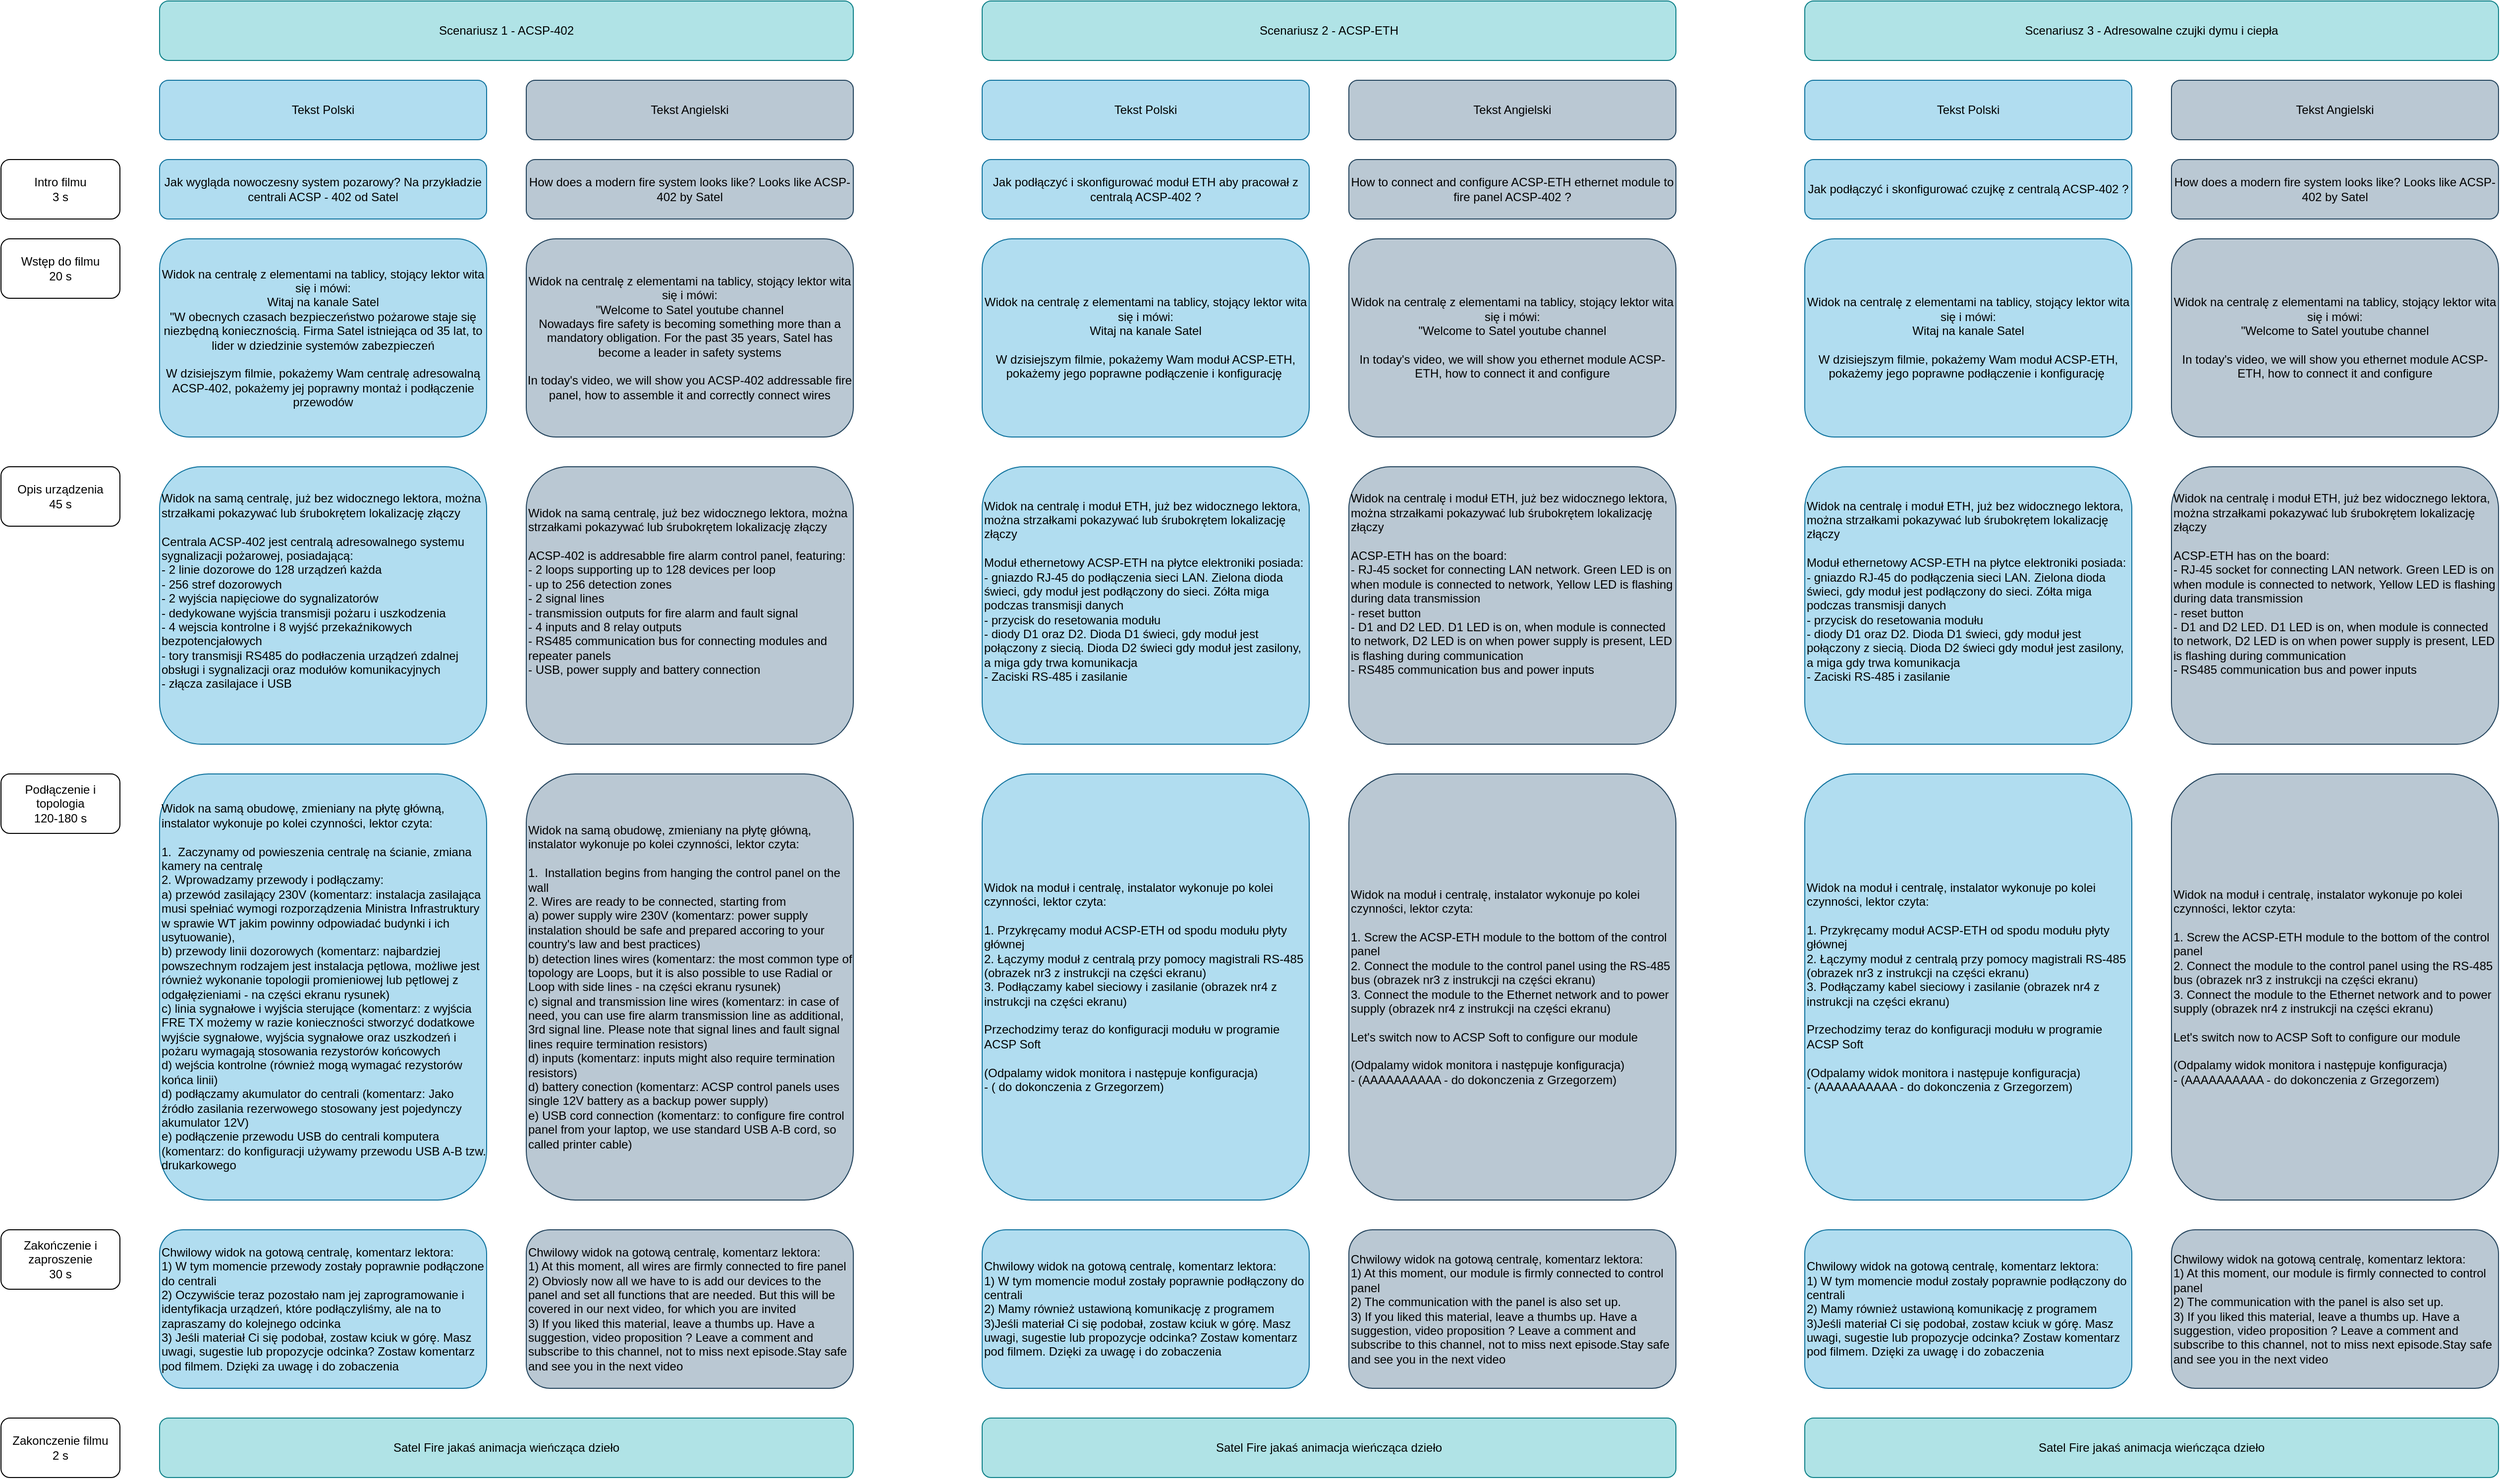
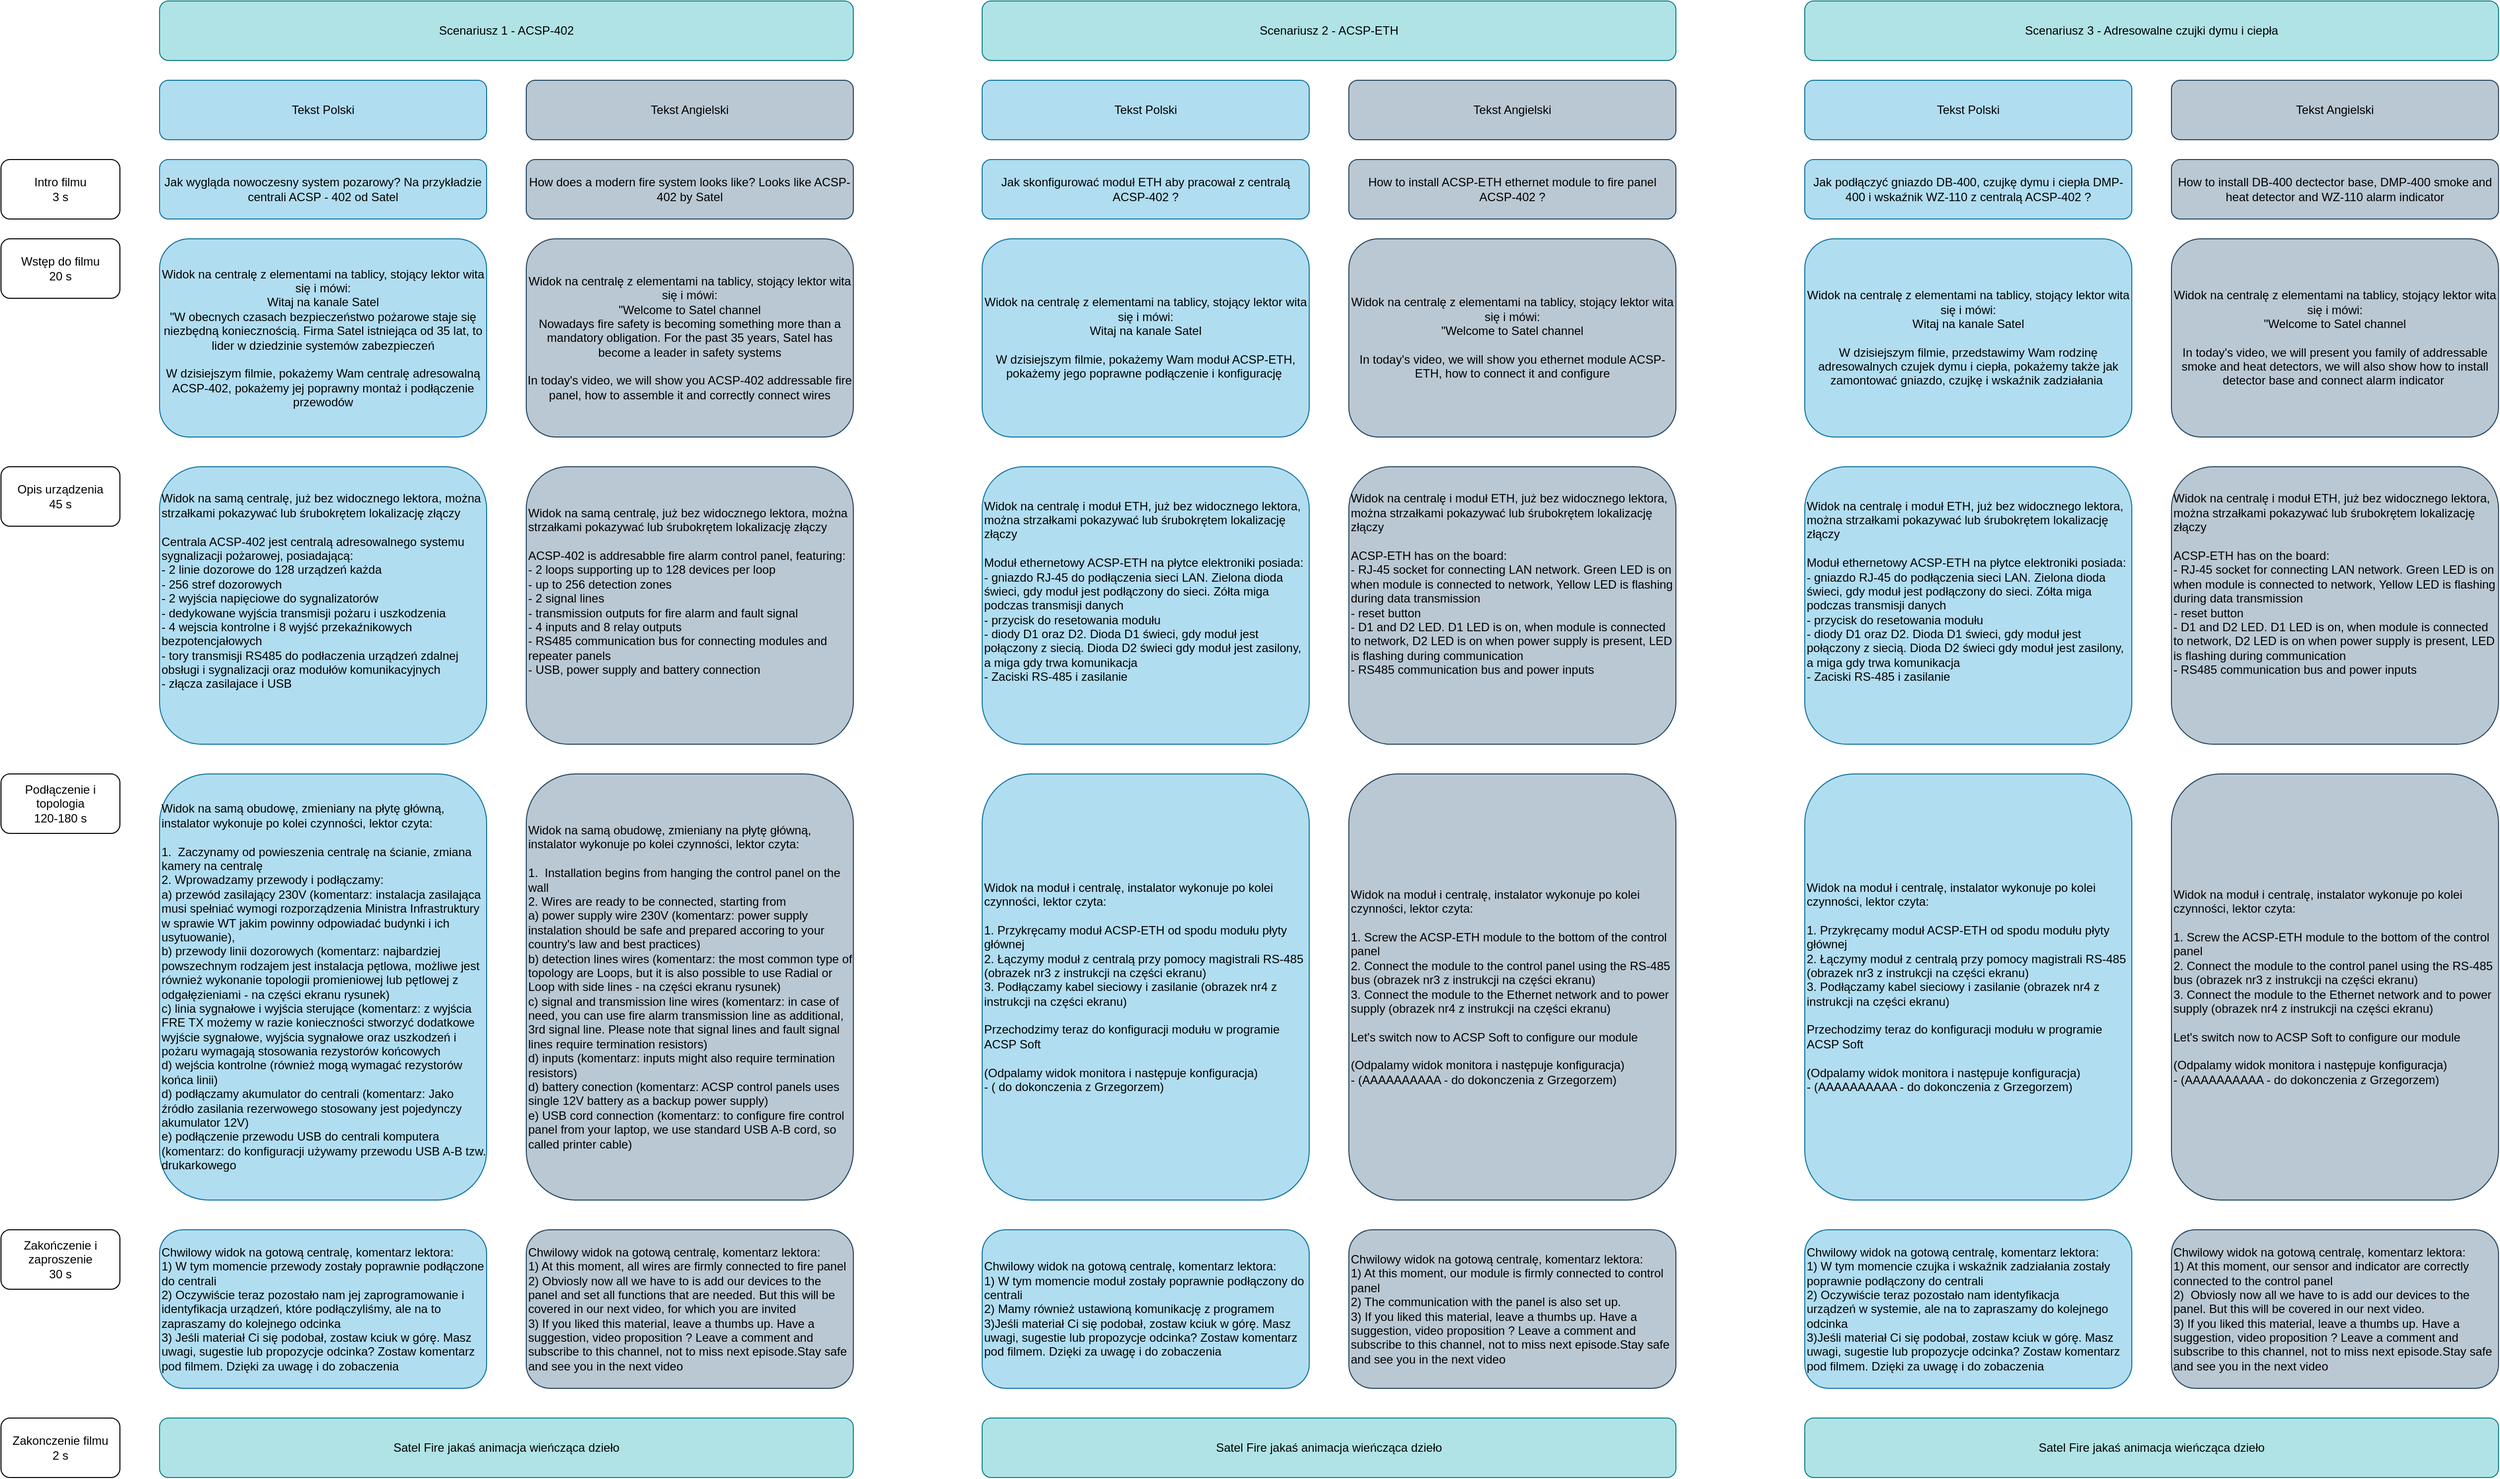
<mxfile host="app.diagrams.net">
  <diagram name="Strona-1" id="z8KAe0LmT8Zc7_pRFNcT">
    <mxGraphModel dx="837" dy="2053" grid="1" gridSize="10" guides="1" tooltips="1" connect="1" arrows="1" fold="1" page="1" pageScale="1" pageWidth="827" pageHeight="1169" math="0" shadow="0">
      <root>
        <mxCell id="0" />
        <mxCell id="1" parent="0" />
        <mxCell id="0EHHFv7u1sgkDXgEne3z-1" parent="1" style="rounded=1;whiteSpace=wrap;html=1;align=left;fillColor=#b1ddf0;strokeColor=#10739e;" value="&lt;div align=&quot;left&quot;&gt;Widok na samą obudowę, zmieniany na płytę główną, instalator wykonuje po kolei czynności, lektor czyta:&lt;/div&gt;&lt;div align=&quot;left&quot;&gt;&lt;br&gt;&lt;/div&gt;&lt;div align=&quot;left&quot;&gt;1.&amp;nbsp; Zaczynamy od powieszenia centralę na ścianie, zmiana kamery na centralę&lt;/div&gt;&lt;div align=&quot;left&quot;&gt;2. Wprowadzamy przewody i podłączamy:&amp;nbsp;&lt;/div&gt;&lt;div align=&quot;left&quot;&gt;a) przewód zasilający 230V (komentarz: instalacja zasilająca musi spełniać wymogi rozporządzenia Ministra Infrastruktury w sprawie WT jakim powinny odpowiadać budynki i ich usytuowanie),&amp;nbsp;&lt;/div&gt;&lt;div align=&quot;left&quot;&gt;b) przewody linii dozorowych (komentarz: najbardziej powszechnym rodzajem jest instalacja pętlowa, możliwe jest również wykonanie topologii promieniowej lub pętlowej z odgałęzieniami - na części ekranu rysunek)&lt;/div&gt;&lt;div align=&quot;left&quot;&gt;c) linia sygnałowe i wyjścia sterujące (komentarz: z wyjścia FRE TX możemy w razie konieczności stworzyć dodatkowe wyjście sygnałowe, wyjścia sygnałowe oraz uszkodzeń i pożaru wymagają stosowania rezystorów końcowych&lt;/div&gt;&lt;div align=&quot;left&quot;&gt;d) wejścia kontrolne (również mogą wymagać rezystorów końca linii)&lt;/div&gt;&lt;div align=&quot;left&quot;&gt;d) podłączamy akumulator do centrali (komentarz:&amp;nbsp;Jako źródło zasilania rezerwowego stosowany jest pojedynczy akumulator 12V)&lt;/div&gt;&lt;div align=&quot;left&quot;&gt;e) podłączenie przewodu USB do centrali komputera (komentarz: do konfiguracji używamy przewodu USB A-B tzw. drukarkowego&lt;/div&gt;" vertex="1">
          <mxGeometry height="430" width="330" x="1080" y="660" as="geometry" />
        </mxCell>
        <mxCell id="0EHHFv7u1sgkDXgEne3z-2" parent="1" style="rounded=1;whiteSpace=wrap;html=1;fillColor=#b1ddf0;strokeColor=#10739e;" value="&lt;div&gt;Jak wygląda nowoczesny system pozarowy? Na przykładzie centrali ACSP - 402 od Satel&lt;/div&gt;" vertex="1">
          <mxGeometry height="60" width="330" x="1080" y="40" as="geometry" />
        </mxCell>
        <mxCell id="0EHHFv7u1sgkDXgEne3z-3" parent="1" style="rounded=1;whiteSpace=wrap;html=1;" value="&lt;div&gt;Wstęp do filmu&lt;/div&gt;&lt;div&gt;20 s&lt;/div&gt;" vertex="1">
          <mxGeometry height="60" width="120" x="920" y="120" as="geometry" />
        </mxCell>
        <mxCell id="0EHHFv7u1sgkDXgEne3z-4" parent="1" style="rounded=1;whiteSpace=wrap;html=1;fillColor=#b1ddf0;strokeColor=#10739e;" value="&lt;div&gt;Widok na centralę z elementami na tablicy, stojący lektor wita się i mówi:&lt;/div&gt;&lt;div&gt;Witaj na kanale Satel&lt;/div&gt;&lt;div&gt;&quot;W obecnych czasach bezpieczeństwo pożarowe staje się niezbędną koniecznością. Firma Satel istniejąca od 35 lat, to lider w dziedzinie systemów zabezpieczeń&lt;/div&gt;&lt;div&gt;&lt;br&gt;&lt;/div&gt;&lt;div&gt;W dzisiejszym filmie, pokażemy Wam centralę adresowalną ACSP-402, pokażemy jej poprawny montaż i podłączenie przewodów&lt;/div&gt;" vertex="1">
          <mxGeometry height="200" width="330" x="1080" y="120" as="geometry" />
        </mxCell>
        <mxCell id="0EHHFv7u1sgkDXgEne3z-5" parent="1" style="rounded=1;whiteSpace=wrap;html=1;" value="&lt;div&gt;Opis urządzenia&lt;/div&gt;&lt;div&gt;45 s&lt;/div&gt;" vertex="1">
          <mxGeometry height="60" width="120" x="920" y="350" as="geometry" />
        </mxCell>
        <mxCell id="0EHHFv7u1sgkDXgEne3z-6" parent="1" style="rounded=1;whiteSpace=wrap;html=1;align=left;fillColor=#b1ddf0;strokeColor=#10739e;" value="&lt;div align=&quot;left&quot;&gt;Widok na samą centralę, już bez widocznego lektora, można strzałkami pokazywać lub śrubokrętem lokalizację złączy&lt;/div&gt;&lt;div align=&quot;left&quot;&gt;&lt;br&gt;&lt;/div&gt;&lt;div align=&quot;left&quot;&gt;Centrala ACSP-402 jest centralą adresowalnego systemu sygnalizacji pożarowej, posiadającą:&lt;/div&gt;&lt;div align=&quot;left&quot;&gt;- 2 linie dozorowe do 128 urządzeń każda&lt;/div&gt;&lt;div align=&quot;left&quot;&gt;- 256 stref dozorowych&lt;/div&gt;&lt;div align=&quot;left&quot;&gt;- 2 wyjścia napięciowe do sygnalizatorów&lt;/div&gt;&lt;div align=&quot;left&quot;&gt;- dedykowane wyjścia transmisji pożaru i uszkodzenia&lt;/div&gt;&lt;div align=&quot;left&quot;&gt;- 4 wejscia kontrolne i 8 wyjść przekaźnikowych bezpotencjałowych&lt;/div&gt;&lt;div align=&quot;left&quot;&gt;- tory transmisji RS485 do podłaczenia urządzeń zdalnej obsługi i sygnalizacji oraz modułów komunikacyjnych&amp;nbsp;&lt;/div&gt;&lt;div align=&quot;left&quot;&gt;- złącza zasilajace i USB&lt;/div&gt;&lt;div align=&quot;left&quot;&gt;&lt;br&gt;&lt;/div&gt;&lt;div align=&quot;left&quot;&gt;&lt;br&gt;&lt;/div&gt;" vertex="1">
          <mxGeometry height="280" width="330" x="1080" y="350" as="geometry" />
        </mxCell>
        <mxCell id="0EHHFv7u1sgkDXgEne3z-7" parent="1" style="rounded=1;whiteSpace=wrap;html=1;" value="&lt;div&gt;Podłączenie i topologia&lt;/div&gt;&lt;div&gt;120-180 s&lt;/div&gt;" vertex="1">
          <mxGeometry height="60" width="120" x="920" y="660" as="geometry" />
        </mxCell>
        <mxCell id="0EHHFv7u1sgkDXgEne3z-8" parent="1" style="rounded=1;whiteSpace=wrap;html=1;" value="&lt;div&gt;Intro filmu&lt;/div&gt;&lt;div&gt;3 s&lt;/div&gt;" vertex="1">
          <mxGeometry height="60" width="120" x="920" y="40" as="geometry" />
        </mxCell>
        <mxCell id="0EHHFv7u1sgkDXgEne3z-9" parent="1" style="rounded=1;whiteSpace=wrap;html=1;fillColor=#b1ddf0;strokeColor=#10739e;" value="Tekst Polski" vertex="1">
          <mxGeometry height="60" width="330" x="1080" y="-40" as="geometry" />
        </mxCell>
        <mxCell id="0EHHFv7u1sgkDXgEne3z-10" parent="1" style="rounded=1;whiteSpace=wrap;html=1;fillColor=#bac8d3;strokeColor=#23445d;" value="Tekst Angielski" vertex="1">
          <mxGeometry height="60" width="330" x="1450" y="-40" as="geometry" />
        </mxCell>
        <mxCell id="0EHHFv7u1sgkDXgEne3z-11" parent="1" style="rounded=1;whiteSpace=wrap;html=1;fillColor=#b0e3e6;strokeColor=#0e8088;" value="Scenariusz 1 - ACSP-402" vertex="1">
          <mxGeometry height="60" width="700" x="1080" y="-120" as="geometry" />
        </mxCell>
        <mxCell id="0EHHFv7u1sgkDXgEne3z-12" parent="1" style="rounded=1;whiteSpace=wrap;html=1;" value="&lt;div&gt;Zakończenie i zaproszenie&lt;/div&gt;&lt;div&gt;30 s&lt;/div&gt;" vertex="1">
          <mxGeometry height="60" width="120" x="920" y="1120" as="geometry" />
        </mxCell>
        <mxCell id="0EHHFv7u1sgkDXgEne3z-13" parent="1" style="rounded=1;whiteSpace=wrap;html=1;align=left;fillColor=#b1ddf0;strokeColor=#10739e;" value="&lt;div&gt;Chwilowy widok na gotową centralę, komentarz lektora:&lt;/div&gt;&lt;div&gt;1) W tym momencie przewody zostały poprawnie podłączone do centrali&lt;/div&gt;&lt;div&gt;2) Oczywiście teraz pozostało nam jej zaprogramowanie i identyfikacja urządzeń, które podłączyliśmy, ale na to zapraszamy do kolejnego odcinka&lt;/div&gt;&lt;div&gt;3) Jeśli materiał Ci się podobał, zostaw kciuk w górę. Masz uwagi, sugestie lub propozycje odcinka? Zostaw komentarz pod filmem. Dzięki za uwagę i do zobaczenia&lt;/div&gt;" vertex="1">
          <mxGeometry height="160" width="330" x="1080" y="1120" as="geometry" />
        </mxCell>
        <mxCell id="0EHHFv7u1sgkDXgEne3z-14" parent="1" style="rounded=1;whiteSpace=wrap;html=1;fillColor=#b0e3e6;strokeColor=#0e8088;" value="Satel Fire jakaś animacja wieńcząca dzieło" vertex="1">
          <mxGeometry height="60" width="700" x="1080" y="1310" as="geometry" />
        </mxCell>
        <mxCell id="0EHHFv7u1sgkDXgEne3z-15" parent="1" style="rounded=1;whiteSpace=wrap;html=1;" value="&lt;div&gt;Zakonczenie filmu&lt;/div&gt;&lt;div&gt;2 s&lt;/div&gt;" vertex="1">
          <mxGeometry height="60" width="120" x="920" y="1310" as="geometry" />
        </mxCell>
        <mxCell id="0EHHFv7u1sgkDXgEne3z-16" parent="1" style="rounded=1;whiteSpace=wrap;html=1;align=left;fillColor=#bac8d3;strokeColor=#23445d;" value="&lt;div&gt;Chwilowy widok na gotową centralę, komentarz lektora:&lt;/div&gt;&lt;div&gt;1) At this moment, all wires are firmly connected to fire panel&lt;/div&gt;&lt;div&gt;2) Obviosly now all we have to is add our devices to the panel and set all functions that are needed. But this will be covered in our next video, for which you are invited&amp;nbsp;&lt;/div&gt;&lt;div&gt;3) If you liked this material, leave a thumbs up. Have a suggestion, video proposition ? Leave a comment and subscribe to this channel, not to miss next episode.Stay safe and see you in the next video&lt;/div&gt;" vertex="1">
          <mxGeometry height="160" width="330" x="1450" y="1120" as="geometry" />
        </mxCell>
        <mxCell id="0EHHFv7u1sgkDXgEne3z-17" parent="1" style="rounded=1;whiteSpace=wrap;html=1;fillColor=#bac8d3;strokeColor=#23445d;" value="How does a modern fire system looks like? Looks like ACSP-402 by Satel" vertex="1">
          <mxGeometry height="60" width="330" x="1450" y="40" as="geometry" />
        </mxCell>
-         <mxCell id="0EHHFv7u1sgkDXgEne3z-18" parent="1" style="rounded=1;whiteSpace=wrap;html=1;fillColor=#bac8d3;strokeColor=#23445d;" value="&lt;div&gt;Widok na centralę z elementami na tablicy, stojący lektor wita się i mówi:&lt;/div&gt;&lt;div&gt;&quot;Welcome to Satel youtube channel&lt;/div&gt;&lt;div&gt;Nowadays fire safety is becoming something more than a mandatory obligation. For the past 35 years, Satel has become a leader in safety systems&lt;/div&gt;&lt;div&gt;&lt;br&gt;&lt;/div&gt;&lt;div&gt;In today&#39;s video, we will show you ACSP-402 addressable fire panel, how to assemble it and correctly connect wires&lt;/div&gt;" vertex="1">
+         <mxCell id="0EHHFv7u1sgkDXgEne3z-18" parent="1" style="rounded=1;whiteSpace=wrap;html=1;fillColor=#bac8d3;strokeColor=#23445d;" value="&lt;div&gt;Widok na centralę z elementami na tablicy, stojący lektor wita się i mówi:&lt;/div&gt;&lt;div&gt;&quot;Welcome to Satel channel&lt;/div&gt;&lt;div&gt;Nowadays fire safety is becoming something more than a mandatory obligation. For the past 35 years, Satel has become a leader in safety systems&lt;/div&gt;&lt;div&gt;&lt;br&gt;&lt;/div&gt;&lt;div&gt;In today&#39;s video, we will show you ACSP-402 addressable fire panel, how to assemble it and correctly connect wires&lt;/div&gt;" vertex="1">
          <mxGeometry height="200" width="330" x="1450" y="120" as="geometry" />
        </mxCell>
        <mxCell id="0EHHFv7u1sgkDXgEne3z-19" parent="1" style="rounded=1;whiteSpace=wrap;html=1;align=left;fillColor=#bac8d3;strokeColor=#23445d;" value="&lt;div align=&quot;left&quot;&gt;Widok na samą centralę, już bez widocznego lektora, można strzałkami pokazywać lub śrubokrętem lokalizację złączy&lt;/div&gt;&lt;div align=&quot;left&quot;&gt;&lt;br&gt;&lt;/div&gt;&lt;div align=&quot;left&quot;&gt;ACSP-402&amp;nbsp;is addresabble fire alarm control panel, featuring:&lt;/div&gt;&lt;div align=&quot;left&quot;&gt;- 2 loops supporting up to 128 devices per loop&lt;/div&gt;&lt;div align=&quot;left&quot;&gt;- up to 256 detection zones&lt;/div&gt;&lt;div align=&quot;left&quot;&gt;- 2 signal lines&lt;/div&gt;&lt;div align=&quot;left&quot;&gt;- transmission outputs for fire alarm and fault signal&lt;/div&gt;&lt;div align=&quot;left&quot;&gt;- 4 inputs and 8 relay outputs&lt;/div&gt;&lt;div align=&quot;left&quot;&gt;- RS485 communication bus for connecting modules and repeater panels&amp;nbsp;&lt;/div&gt;&lt;div align=&quot;left&quot;&gt;- USB, power supply and battery connection&lt;/div&gt;&lt;div align=&quot;left&quot;&gt;&lt;br&gt;&lt;/div&gt;&lt;div align=&quot;left&quot;&gt;&lt;br&gt;&lt;/div&gt;" vertex="1">
          <mxGeometry height="280" width="330" x="1450" y="350" as="geometry" />
        </mxCell>
        <mxCell id="0EHHFv7u1sgkDXgEne3z-20" parent="1" style="rounded=1;whiteSpace=wrap;html=1;align=left;fillColor=#bac8d3;strokeColor=#23445d;" value="&lt;div align=&quot;left&quot;&gt;Widok na samą obudowę, zmieniany na płytę główną, instalator wykonuje po kolei czynności, lektor czyta:&lt;/div&gt;&lt;div align=&quot;left&quot;&gt;&lt;br&gt;&lt;/div&gt;&lt;div align=&quot;left&quot;&gt;1.&amp;nbsp; Installation begins from hanging the control panel on the wall&lt;/div&gt;&lt;div align=&quot;left&quot;&gt;2. Wires are ready to be connected, starting from&lt;/div&gt;&lt;div align=&quot;left&quot;&gt;a) power supply wire 230V (komentarz: power supply instalation should be safe and prepared accoring to your country&#39;s law and best practices)&lt;/div&gt;&lt;div align=&quot;left&quot;&gt;b) detection lines wires (komentarz: the most common type of topology are Loops, but it is also possible to use Radial or Loop with side lines - na części ekranu rysunek)&lt;/div&gt;&lt;div align=&quot;left&quot;&gt;c) signal and transmission line wires (komentarz: in case of need, you can use fire alarm transmission line as additional, 3rd signal line. Please note that signal lines and fault signal lines require termination resistors)&lt;/div&gt;&lt;div align=&quot;left&quot;&gt;d) inputs (komentarz: inputs might also require termination resistors)&lt;/div&gt;&lt;div align=&quot;left&quot;&gt;d) battery conection (komentarz: ACSP control panels uses single 12V battery as a backup power supply)&lt;/div&gt;&lt;div align=&quot;left&quot;&gt;e) USB cord connection (komentarz: to configure fire control panel from your laptop, we use standard USB A-B cord, so called printer cable)&lt;/div&gt;" vertex="1">
          <mxGeometry height="430" width="330" x="1450" y="660" as="geometry" />
        </mxCell>
        <mxCell id="6_1prXv-E_gUM5x_UOCS-1" parent="1" style="rounded=1;whiteSpace=wrap;html=1;align=left;fillColor=#b1ddf0;strokeColor=#10739e;" value="&lt;div align=&quot;left&quot;&gt;Widok na moduł i centralę, instalator wykonuje po kolei czynności, lektor czyta:&lt;/div&gt;&lt;div align=&quot;left&quot;&gt;&lt;br&gt;&lt;/div&gt;&lt;div align=&quot;left&quot;&gt;1. Przykręcamy moduł ACSP-ETH od spodu modułu płyty głównej&lt;/div&gt;&lt;div align=&quot;left&quot;&gt;2. Łączymy moduł z centralą przy pomocy magistrali RS-485 (obrazek nr3 z instrukcji na części ekranu)&lt;/div&gt;&lt;div align=&quot;left&quot;&gt;3. Podłączamy kabel sieciowy i zasilanie (obrazek nr4 z instrukcji na części ekranu)&amp;nbsp;&lt;/div&gt;&lt;div align=&quot;left&quot;&gt;&lt;br&gt;&lt;/div&gt;&lt;div align=&quot;left&quot;&gt;Przechodzimy teraz do konfiguracji modułu w programie ACSP Soft&lt;/div&gt;&lt;div align=&quot;left&quot;&gt;&lt;br&gt;&lt;/div&gt;&lt;div align=&quot;left&quot;&gt;(Odpalamy widok monitora i następuje konfiguracja)&lt;/div&gt;&lt;div align=&quot;left&quot;&gt;- ( do dokonczenia z Grzegorzem)&amp;nbsp;&lt;/div&gt;" vertex="1">
          <mxGeometry height="430" width="330" x="1910" y="660" as="geometry" />
        </mxCell>
-         <mxCell id="6_1prXv-E_gUM5x_UOCS-2" parent="1" style="rounded=1;whiteSpace=wrap;html=1;fillColor=#b1ddf0;strokeColor=#10739e;" value="Jak podłączyć i skonfigurować moduł ETH aby pracował z centralą ACSP-402 ?" vertex="1">
+         <mxCell id="6_1prXv-E_gUM5x_UOCS-2" parent="1" style="rounded=1;whiteSpace=wrap;html=1;fillColor=#b1ddf0;strokeColor=#10739e;" value="Jak skonfigurować moduł ETH aby pracował z centralą ACSP-402 ?" vertex="1">
          <mxGeometry height="60" width="330" x="1910" y="40" as="geometry" />
        </mxCell>
        <mxCell id="6_1prXv-E_gUM5x_UOCS-3" parent="1" style="rounded=1;whiteSpace=wrap;html=1;fillColor=#b1ddf0;strokeColor=#10739e;" value="&lt;div&gt;Widok na centralę z elementami na tablicy, stojący lektor wita się i mówi:&lt;/div&gt;&lt;div&gt;Witaj na kanale Satel&lt;/div&gt;&lt;div&gt;&lt;br&gt;&lt;/div&gt;&lt;div&gt;W dzisiejszym filmie, pokażemy Wam moduł ACSP-ETH, pokażemy jego poprawne podłączenie i konfigurację&amp;nbsp;&lt;/div&gt;" vertex="1">
          <mxGeometry height="200" width="330" x="1910" y="120" as="geometry" />
        </mxCell>
        <mxCell id="6_1prXv-E_gUM5x_UOCS-4" parent="1" style="rounded=1;whiteSpace=wrap;html=1;align=left;fillColor=#b1ddf0;strokeColor=#10739e;" value="&lt;div align=&quot;left&quot;&gt;Widok na centralę i moduł ETH, już bez widocznego lektora, można strzałkami pokazywać lub śrubokrętem lokalizację złączy&lt;/div&gt;&lt;div align=&quot;left&quot;&gt;&lt;br&gt;&lt;/div&gt;&lt;div align=&quot;left&quot;&gt;Moduł ethernetowy ACSP-ETH na płytce elektroniki posiada:&lt;/div&gt;&lt;div align=&quot;left&quot;&gt;- gniazdo RJ-45 do podłączenia sieci LAN. Zielona dioda świeci, gdy moduł jest podłączony do sieci. Zółta miga podczas transmisji danych&lt;/div&gt;&lt;div align=&quot;left&quot;&gt;- przycisk do resetowania modułu&lt;/div&gt;&lt;div align=&quot;left&quot;&gt;- diody D1 oraz D2. Dioda D1 świeci, gdy moduł jest połączony z siecią. Dioda D2 świeci gdy moduł jest zasilony, a miga gdy trwa komunikacja&lt;/div&gt;&lt;div align=&quot;left&quot;&gt;- Zaciski RS-485 i zasilanie&lt;/div&gt;&lt;div align=&quot;left&quot;&gt;&lt;br&gt;&lt;/div&gt;&lt;div align=&quot;left&quot;&gt;&lt;br&gt;&lt;/div&gt;" vertex="1">
          <mxGeometry height="280" width="330" x="1910" y="350" as="geometry" />
        </mxCell>
        <mxCell id="6_1prXv-E_gUM5x_UOCS-5" parent="1" style="rounded=1;whiteSpace=wrap;html=1;fillColor=#b1ddf0;strokeColor=#10739e;" value="Tekst Polski" vertex="1">
          <mxGeometry height="60" width="330" x="1910" y="-40" as="geometry" />
        </mxCell>
        <mxCell id="6_1prXv-E_gUM5x_UOCS-6" parent="1" style="rounded=1;whiteSpace=wrap;html=1;fillColor=#bac8d3;strokeColor=#23445d;" value="Tekst Angielski" vertex="1">
          <mxGeometry height="60" width="330" x="2280" y="-40" as="geometry" />
        </mxCell>
        <mxCell id="6_1prXv-E_gUM5x_UOCS-7" parent="1" style="rounded=1;whiteSpace=wrap;html=1;fillColor=#b0e3e6;strokeColor=#0e8088;" value="Scenariusz 2 - ACSP-ETH" vertex="1">
          <mxGeometry height="60" width="700" x="1910" y="-120" as="geometry" />
        </mxCell>
        <mxCell id="6_1prXv-E_gUM5x_UOCS-8" parent="1" style="rounded=1;whiteSpace=wrap;html=1;align=left;fillColor=#b1ddf0;strokeColor=#10739e;" value="&lt;div&gt;Chwilowy widok na gotową centralę, komentarz lektora:&lt;/div&gt;&lt;div&gt;1) W tym momencie moduł zostały poprawnie podłączony do centrali&lt;/div&gt;&lt;div&gt;2) Mamy również ustawioną komunikację z programem&lt;/div&gt;&lt;div&gt;3)Jeśli materiał Ci się podobał, zostaw kciuk w górę. Masz uwagi, sugestie lub propozycje odcinka? Zostaw komentarz pod filmem. Dzięki za uwagę i do zobaczenia&lt;/div&gt;" vertex="1">
          <mxGeometry height="160" width="330" x="1910" y="1120" as="geometry" />
        </mxCell>
        <mxCell id="6_1prXv-E_gUM5x_UOCS-9" parent="1" style="rounded=1;whiteSpace=wrap;html=1;fillColor=#b0e3e6;strokeColor=#0e8088;" value="Satel Fire jakaś animacja wieńcząca dzieło" vertex="1">
          <mxGeometry height="60" width="700" x="1910" y="1310" as="geometry" />
        </mxCell>
        <mxCell id="6_1prXv-E_gUM5x_UOCS-10" parent="1" style="rounded=1;whiteSpace=wrap;html=1;align=left;fillColor=#bac8d3;strokeColor=#23445d;" value="&lt;div&gt;Chwilowy widok na gotową centralę, komentarz lektora:&lt;/div&gt;&lt;div&gt;1) At this moment, our module is firmly connected to control panel&lt;/div&gt;&lt;div&gt;2) The communication with the panel is also set up.&lt;/div&gt;&lt;div&gt;3) If you liked this material, leave a thumbs up. Have a suggestion, video proposition ? Leave a comment and subscribe to this channel, not to miss next episode.Stay safe and see you in the next video&lt;/div&gt;" vertex="1">
          <mxGeometry height="160" width="330" x="2280" y="1120" as="geometry" />
        </mxCell>
-         <mxCell id="6_1prXv-E_gUM5x_UOCS-11" parent="1" style="rounded=1;whiteSpace=wrap;html=1;fillColor=#bac8d3;strokeColor=#23445d;" value="How to connect and configure ACSP-ETH ethernet module to fire panel ACSP-402 ?" vertex="1">
+         <mxCell id="6_1prXv-E_gUM5x_UOCS-11" parent="1" style="rounded=1;whiteSpace=wrap;html=1;fillColor=#bac8d3;strokeColor=#23445d;" value="How to install ACSP-ETH ethernet module to fire panel ACSP-402 ?" vertex="1">
          <mxGeometry height="60" width="330" x="2280" y="40" as="geometry" />
        </mxCell>
-         <mxCell id="6_1prXv-E_gUM5x_UOCS-12" parent="1" style="rounded=1;whiteSpace=wrap;html=1;fillColor=#bac8d3;strokeColor=#23445d;" value="&lt;div&gt;Widok na centralę z elementami na tablicy, stojący lektor wita się i mówi:&lt;/div&gt;&lt;div&gt;&quot;Welcome to Satel youtube channel&lt;/div&gt;&lt;div&gt;&lt;br&gt;&lt;/div&gt;&lt;div&gt;In today&#39;s video, we will show you ethernet module ACSP-ETH, how to connect it and configure&lt;/div&gt;" vertex="1">
+         <mxCell id="6_1prXv-E_gUM5x_UOCS-12" parent="1" style="rounded=1;whiteSpace=wrap;html=1;fillColor=#bac8d3;strokeColor=#23445d;" value="&lt;div&gt;Widok na centralę z elementami na tablicy, stojący lektor wita się i mówi:&lt;/div&gt;&lt;div&gt;&quot;Welcome to Satel channel&lt;/div&gt;&lt;div&gt;&lt;br&gt;&lt;/div&gt;&lt;div&gt;In today&#39;s video, we will show you ethernet module ACSP-ETH, how to connect it and configure&lt;/div&gt;" vertex="1">
          <mxGeometry height="200" width="330" x="2280" y="120" as="geometry" />
        </mxCell>
        <mxCell id="6_1prXv-E_gUM5x_UOCS-13" parent="1" style="rounded=1;whiteSpace=wrap;html=1;align=left;fillColor=#bac8d3;strokeColor=#23445d;" value="&lt;div align=&quot;left&quot;&gt;Widok na centralę i moduł ETH, już bez widocznego lektora, można strzałkami pokazywać lub śrubokrętem lokalizację złączy&lt;/div&gt;&lt;div align=&quot;left&quot;&gt;&lt;br&gt;&lt;/div&gt;&lt;div align=&quot;left&quot;&gt;ACSP-ETH has on the board:&lt;/div&gt;&lt;div align=&quot;left&quot;&gt;- RJ-45 socket for connecting LAN network. Green LED is on when module is connected to network, Yellow LED is flashing during data transmission&lt;/div&gt;&lt;div align=&quot;left&quot;&gt;- reset button&lt;/div&gt;&lt;div align=&quot;left&quot;&gt;- D1 and D2 LED. D1 LED is on, when module is connected to network, D2 LED is on when power supply is present, LED is flashing during communication&lt;/div&gt;&lt;div align=&quot;left&quot;&gt;-&amp;nbsp;RS485 communication bus and power inputs&lt;/div&gt;&lt;div align=&quot;left&quot;&gt;&lt;br&gt;&lt;/div&gt;&lt;div align=&quot;left&quot;&gt;&lt;br&gt;&lt;br&gt;&lt;/div&gt;" vertex="1">
          <mxGeometry height="280" width="330" x="2280" y="350" as="geometry" />
        </mxCell>
        <mxCell id="6_1prXv-E_gUM5x_UOCS-14" parent="1" style="rounded=1;whiteSpace=wrap;html=1;align=left;fillColor=#bac8d3;strokeColor=#23445d;" value="&lt;br&gt;&lt;div align=&quot;left&quot;&gt;Widok na moduł i centralę, instalator wykonuje po kolei czynności, lektor czyta:&lt;/div&gt;&lt;div align=&quot;left&quot;&gt;&lt;br&gt;&lt;/div&gt;&lt;div align=&quot;left&quot;&gt;1. Screw the ACSP-ETH module to the bottom of the control panel&lt;/div&gt;&lt;div align=&quot;left&quot;&gt;2. Connect the module to the control panel using the RS-485 bus (obrazek nr3 z instrukcji na części ekranu)&lt;div align=&quot;left&quot;&gt;3. Connect the module to the Ethernet network and to power supply (obrazek nr4 z instrukcji na części ekranu)&amp;nbsp;&lt;/div&gt;&lt;/div&gt;&lt;div align=&quot;left&quot;&gt;&lt;br&gt;&lt;/div&gt;&lt;div align=&quot;left&quot;&gt;Let&#39;s switch now to ACSP Soft to configure our module&lt;/div&gt;&lt;div align=&quot;left&quot;&gt;&lt;br&gt;&lt;/div&gt;&lt;div align=&quot;left&quot;&gt;(Odpalamy widok monitora i następuje konfiguracja)&lt;/div&gt;&lt;div align=&quot;left&quot;&gt;- (AAAAAAAAAA - do dokonczenia z Grzegorzem)&amp;nbsp;&lt;/div&gt;&lt;div&gt;&lt;br&gt;&lt;/div&gt;" vertex="1">
          <mxGeometry height="430" width="330" x="2280" y="660" as="geometry" />
        </mxCell>
        <mxCell id="0qluF64Sdjj_I7BYTujH-1" parent="1" style="rounded=1;whiteSpace=wrap;html=1;align=left;fillColor=#b1ddf0;strokeColor=#10739e;" value="&lt;div align=&quot;left&quot;&gt;Widok na moduł i centralę, instalator wykonuje po kolei czynności, lektor czyta:&lt;/div&gt;&lt;div align=&quot;left&quot;&gt;&lt;br&gt;&lt;/div&gt;&lt;div align=&quot;left&quot;&gt;1. Przykręcamy moduł ACSP-ETH od spodu modułu płyty głównej&lt;/div&gt;&lt;div align=&quot;left&quot;&gt;2. Łączymy moduł z centralą przy pomocy magistrali RS-485 (obrazek nr3 z instrukcji na części ekranu)&lt;/div&gt;&lt;div align=&quot;left&quot;&gt;3. Podłączamy kabel sieciowy i zasilanie (obrazek nr4 z instrukcji na części ekranu)&amp;nbsp;&lt;/div&gt;&lt;div align=&quot;left&quot;&gt;&lt;br&gt;&lt;/div&gt;&lt;div align=&quot;left&quot;&gt;Przechodzimy teraz do konfiguracji modułu w programie ACSP Soft&lt;/div&gt;&lt;div align=&quot;left&quot;&gt;&lt;br&gt;&lt;/div&gt;&lt;div align=&quot;left&quot;&gt;(Odpalamy widok monitora i następuje konfiguracja)&lt;/div&gt;&lt;div align=&quot;left&quot;&gt;- (AAAAAAAAAA - do dokonczenia z Grzegorzem)&amp;nbsp;&lt;/div&gt;" vertex="1">
          <mxGeometry height="430" width="330" x="2740" y="660" as="geometry" />
        </mxCell>
-         <mxCell id="0qluF64Sdjj_I7BYTujH-2" parent="1" style="rounded=1;whiteSpace=wrap;html=1;fillColor=#b1ddf0;strokeColor=#10739e;" value="Jak podłączyć i skonfigurować czujkę z centralą ACSP-402 ?" vertex="1">
+         <mxCell id="0qluF64Sdjj_I7BYTujH-2" parent="1" style="rounded=1;whiteSpace=wrap;html=1;fillColor=#b1ddf0;strokeColor=#10739e;" value="Jak podłączyć gniazdo DB-400, czujkę dymu i ciepła DMP-400 i wskaźnik WZ-110 z centralą ACSP-402 ?" vertex="1">
          <mxGeometry height="60" width="330" x="2740" y="40" as="geometry" />
        </mxCell>
-         <mxCell id="0qluF64Sdjj_I7BYTujH-3" parent="1" style="rounded=1;whiteSpace=wrap;html=1;fillColor=#b1ddf0;strokeColor=#10739e;" value="&lt;div&gt;Widok na centralę z elementami na tablicy, stojący lektor wita się i mówi:&lt;/div&gt;&lt;div&gt;Witaj na kanale Satel&lt;/div&gt;&lt;div&gt;&lt;br&gt;&lt;/div&gt;&lt;div&gt;W dzisiejszym filmie, pokażemy Wam moduł ACSP-ETH, pokażemy jego poprawne podłączenie i konfigurację&amp;nbsp;&lt;/div&gt;" vertex="1">
+         <mxCell id="0qluF64Sdjj_I7BYTujH-3" parent="1" style="rounded=1;whiteSpace=wrap;html=1;fillColor=#b1ddf0;strokeColor=#10739e;" value="&lt;div&gt;Widok na centralę z elementami na tablicy, stojący lektor wita się i mówi:&lt;/div&gt;&lt;div&gt;Witaj na kanale Satel&lt;/div&gt;&lt;div&gt;&lt;br&gt;&lt;/div&gt;&lt;div&gt;W dzisiejszym filmie, przedstawimy Wam rodzinę adresowalnych czujek dymu i ciepła, pokażemy także jak zamontować gniazdo, czujkę i wskaźnik zadziałania&amp;nbsp;&lt;/div&gt;" vertex="1">
          <mxGeometry height="200" width="330" x="2740" y="120" as="geometry" />
        </mxCell>
        <mxCell id="0qluF64Sdjj_I7BYTujH-4" parent="1" style="rounded=1;whiteSpace=wrap;html=1;align=left;fillColor=#b1ddf0;strokeColor=#10739e;" value="&lt;div align=&quot;left&quot;&gt;Widok na centralę i moduł ETH, już bez widocznego lektora, można strzałkami pokazywać lub śrubokrętem lokalizację złączy&lt;/div&gt;&lt;div align=&quot;left&quot;&gt;&lt;br&gt;&lt;/div&gt;&lt;div align=&quot;left&quot;&gt;Moduł ethernetowy ACSP-ETH na płytce elektroniki posiada:&lt;/div&gt;&lt;div align=&quot;left&quot;&gt;- gniazdo RJ-45 do podłączenia sieci LAN. Zielona dioda świeci, gdy moduł jest podłączony do sieci. Zółta miga podczas transmisji danych&lt;/div&gt;&lt;div align=&quot;left&quot;&gt;- przycisk do resetowania modułu&lt;/div&gt;&lt;div align=&quot;left&quot;&gt;- diody D1 oraz D2. Dioda D1 świeci, gdy moduł jest połączony z siecią. Dioda D2 świeci gdy moduł jest zasilony, a miga gdy trwa komunikacja&lt;/div&gt;&lt;div align=&quot;left&quot;&gt;- Zaciski RS-485 i zasilanie&lt;/div&gt;&lt;div align=&quot;left&quot;&gt;&lt;br&gt;&lt;/div&gt;&lt;div align=&quot;left&quot;&gt;&lt;br&gt;&lt;/div&gt;" vertex="1">
          <mxGeometry height="280" width="330" x="2740" y="350" as="geometry" />
        </mxCell>
        <mxCell id="0qluF64Sdjj_I7BYTujH-5" parent="1" style="rounded=1;whiteSpace=wrap;html=1;fillColor=#b1ddf0;strokeColor=#10739e;" value="Tekst Polski" vertex="1">
          <mxGeometry height="60" width="330" x="2740" y="-40" as="geometry" />
        </mxCell>
        <mxCell id="0qluF64Sdjj_I7BYTujH-6" parent="1" style="rounded=1;whiteSpace=wrap;html=1;fillColor=#bac8d3;strokeColor=#23445d;" value="Tekst Angielski" vertex="1">
          <mxGeometry height="60" width="330" x="3110" y="-40" as="geometry" />
        </mxCell>
        <mxCell id="0qluF64Sdjj_I7BYTujH-7" parent="1" style="rounded=1;whiteSpace=wrap;html=1;fillColor=#b0e3e6;strokeColor=#0e8088;" value="Scenariusz 3 - Adresowalne czujki dymu i ciepła" vertex="1">
          <mxGeometry height="60" width="700" x="2740" y="-120" as="geometry" />
        </mxCell>
-         <mxCell id="0qluF64Sdjj_I7BYTujH-8" parent="1" style="rounded=1;whiteSpace=wrap;html=1;align=left;fillColor=#b1ddf0;strokeColor=#10739e;" value="&lt;div&gt;Chwilowy widok na gotową centralę, komentarz lektora:&lt;/div&gt;&lt;div&gt;1) W tym momencie moduł zostały poprawnie podłączony do centrali&lt;/div&gt;&lt;div&gt;2) Mamy również ustawioną komunikację z programem&lt;/div&gt;&lt;div&gt;3)Jeśli materiał Ci się podobał, zostaw kciuk w górę. Masz uwagi, sugestie lub propozycje odcinka? Zostaw komentarz pod filmem. Dzięki za uwagę i do zobaczenia&lt;/div&gt;" vertex="1">
+         <mxCell id="0qluF64Sdjj_I7BYTujH-8" parent="1" style="rounded=1;whiteSpace=wrap;html=1;align=left;fillColor=#b1ddf0;strokeColor=#10739e;" value="&lt;div&gt;Chwilowy widok na gotową centralę, komentarz lektora:&lt;/div&gt;&lt;div&gt;1) W tym momencie czujka i wskaźnik zadziałania zostały poprawnie podłączony do centrali&lt;/div&gt;&lt;div&gt;2)&amp;nbsp;Oczywiście teraz pozostało nam identyfikacja &lt;br/&gt;urządzeń w systemie, ale na to zapraszamy do kolejnego odcinka&lt;/div&gt;&lt;div&gt;3)Jeśli materiał Ci się podobał, zostaw kciuk w górę. Masz uwagi, sugestie lub propozycje odcinka? Zostaw komentarz pod filmem. Dzięki za uwagę i do zobaczenia&lt;/div&gt;" vertex="1">
          <mxGeometry height="160" width="330" x="2740" y="1120" as="geometry" />
        </mxCell>
        <mxCell id="0qluF64Sdjj_I7BYTujH-9" parent="1" style="rounded=1;whiteSpace=wrap;html=1;fillColor=#b0e3e6;strokeColor=#0e8088;" value="Satel Fire jakaś animacja wieńcząca dzieło" vertex="1">
          <mxGeometry height="60" width="700" x="2740" y="1310" as="geometry" />
        </mxCell>
-         <mxCell id="0qluF64Sdjj_I7BYTujH-10" parent="1" style="rounded=1;whiteSpace=wrap;html=1;align=left;fillColor=#bac8d3;strokeColor=#23445d;" value="&lt;div&gt;Chwilowy widok na gotową centralę, komentarz lektora:&lt;/div&gt;&lt;div&gt;1) At this moment, our module is firmly connected to control panel&lt;/div&gt;&lt;div&gt;2) The communication with the panel is also set up.&lt;/div&gt;&lt;div&gt;3) If you liked this material, leave a thumbs up. Have a suggestion, video proposition ? Leave a comment and subscribe to this channel, not to miss next episode.Stay safe and see you in the next video&lt;/div&gt;" vertex="1">
+         <mxCell id="0qluF64Sdjj_I7BYTujH-10" parent="1" style="rounded=1;whiteSpace=wrap;html=1;align=left;fillColor=#bac8d3;strokeColor=#23445d;" value="&lt;div&gt;Chwilowy widok na gotową centralę, komentarz lektora:&lt;/div&gt;&lt;div&gt;1) At this moment, our sensor and indicator are correctly connected to the control panel&lt;/div&gt;&lt;div&gt;2)&amp;nbsp; Obviosly now all we have to is add our devices to the panel. But this will be covered in our next video.&lt;/div&gt;&lt;div&gt;3) If you liked this material, leave a thumbs up. Have a suggestion, video proposition ? Leave a comment and subscribe to this channel, not to miss next episode.Stay safe and see you in the next video&lt;/div&gt;" vertex="1">
          <mxGeometry height="160" width="330" x="3110" y="1120" as="geometry" />
        </mxCell>
-         <mxCell id="0qluF64Sdjj_I7BYTujH-11" parent="1" style="rounded=1;whiteSpace=wrap;html=1;fillColor=#bac8d3;strokeColor=#23445d;" value="How does a modern fire system looks like? Looks like ACSP-402 by Satel" vertex="1">
+         <mxCell id="0qluF64Sdjj_I7BYTujH-11" parent="1" style="rounded=1;whiteSpace=wrap;html=1;fillColor=#bac8d3;strokeColor=#23445d;" value="How to install DB-400 dectector base, DMP-400 smoke and heat detector and WZ-110 alarm indicator" vertex="1">
          <mxGeometry height="60" width="330" x="3110" y="40" as="geometry" />
        </mxCell>
-         <mxCell id="0qluF64Sdjj_I7BYTujH-12" parent="1" style="rounded=1;whiteSpace=wrap;html=1;fillColor=#bac8d3;strokeColor=#23445d;" value="&lt;div&gt;Widok na centralę z elementami na tablicy, stojący lektor wita się i mówi:&lt;/div&gt;&lt;div&gt;&quot;Welcome to Satel youtube channel&lt;/div&gt;&lt;div&gt;&lt;br&gt;&lt;/div&gt;&lt;div&gt;In today&#39;s video, we will show you ethernet module ACSP-ETH, how to connect it and configure&lt;/div&gt;" vertex="1">
+         <mxCell id="0qluF64Sdjj_I7BYTujH-12" parent="1" style="rounded=1;whiteSpace=wrap;html=1;fillColor=#bac8d3;strokeColor=#23445d;" value="&lt;div&gt;Widok na centralę z elementami na tablicy, stojący lektor wita się i mówi:&lt;/div&gt;&lt;div&gt;&quot;Welcome to Satel channel&lt;/div&gt;&lt;div&gt;&lt;br&gt;&lt;/div&gt;&lt;div&gt;In today&#39;s video, we will present you family of addressable smoke and heat detectors, we will also show how to install detector base and connect alarm indicator&amp;nbsp;&lt;/div&gt;" vertex="1">
          <mxGeometry height="200" width="330" x="3110" y="120" as="geometry" />
        </mxCell>
        <mxCell id="0qluF64Sdjj_I7BYTujH-13" parent="1" style="rounded=1;whiteSpace=wrap;html=1;align=left;fillColor=#bac8d3;strokeColor=#23445d;" value="&lt;div align=&quot;left&quot;&gt;Widok na centralę i moduł ETH, już bez widocznego lektora, można strzałkami pokazywać lub śrubokrętem lokalizację złączy&lt;/div&gt;&lt;div align=&quot;left&quot;&gt;&lt;br&gt;&lt;/div&gt;&lt;div align=&quot;left&quot;&gt;ACSP-ETH has on the board:&lt;/div&gt;&lt;div align=&quot;left&quot;&gt;- RJ-45 socket for connecting LAN network. Green LED is on when module is connected to network, Yellow LED is flashing during data transmission&lt;/div&gt;&lt;div align=&quot;left&quot;&gt;- reset button&lt;/div&gt;&lt;div align=&quot;left&quot;&gt;- D1 and D2 LED. D1 LED is on, when module is connected to network, D2 LED is on when power supply is present, LED is flashing during communication&lt;/div&gt;&lt;div align=&quot;left&quot;&gt;-&amp;nbsp;RS485 communication bus and power inputs&lt;/div&gt;&lt;div align=&quot;left&quot;&gt;&lt;br&gt;&lt;/div&gt;&lt;div align=&quot;left&quot;&gt;&lt;br&gt;&lt;br&gt;&lt;/div&gt;" vertex="1">
          <mxGeometry height="280" width="330" x="3110" y="350" as="geometry" />
        </mxCell>
        <mxCell id="0qluF64Sdjj_I7BYTujH-14" parent="1" style="rounded=1;whiteSpace=wrap;html=1;align=left;fillColor=#bac8d3;strokeColor=#23445d;" value="&lt;br&gt;&lt;div align=&quot;left&quot;&gt;Widok na moduł i centralę, instalator wykonuje po kolei czynności, lektor czyta:&lt;/div&gt;&lt;div align=&quot;left&quot;&gt;&lt;br&gt;&lt;/div&gt;&lt;div align=&quot;left&quot;&gt;1. Screw the ACSP-ETH module to the bottom of the control panel&lt;/div&gt;&lt;div align=&quot;left&quot;&gt;2. Connect the module to the control panel using the RS-485 bus (obrazek nr3 z instrukcji na części ekranu)&lt;div align=&quot;left&quot;&gt;3. Connect the module to the Ethernet network and to power supply (obrazek nr4 z instrukcji na części ekranu)&amp;nbsp;&lt;/div&gt;&lt;/div&gt;&lt;div align=&quot;left&quot;&gt;&lt;br&gt;&lt;/div&gt;&lt;div align=&quot;left&quot;&gt;Let&#39;s switch now to ACSP Soft to configure our module&lt;/div&gt;&lt;div align=&quot;left&quot;&gt;&lt;br&gt;&lt;/div&gt;&lt;div align=&quot;left&quot;&gt;(Odpalamy widok monitora i następuje konfiguracja)&lt;/div&gt;&lt;div align=&quot;left&quot;&gt;- (AAAAAAAAAA - do dokonczenia z Grzegorzem)&amp;nbsp;&lt;/div&gt;&lt;div&gt;&lt;br&gt;&lt;/div&gt;" vertex="1">
          <mxGeometry height="430" width="330" x="3110" y="660" as="geometry" />
        </mxCell>
      </root>
    </mxGraphModel>
  </diagram>
</mxfile>
